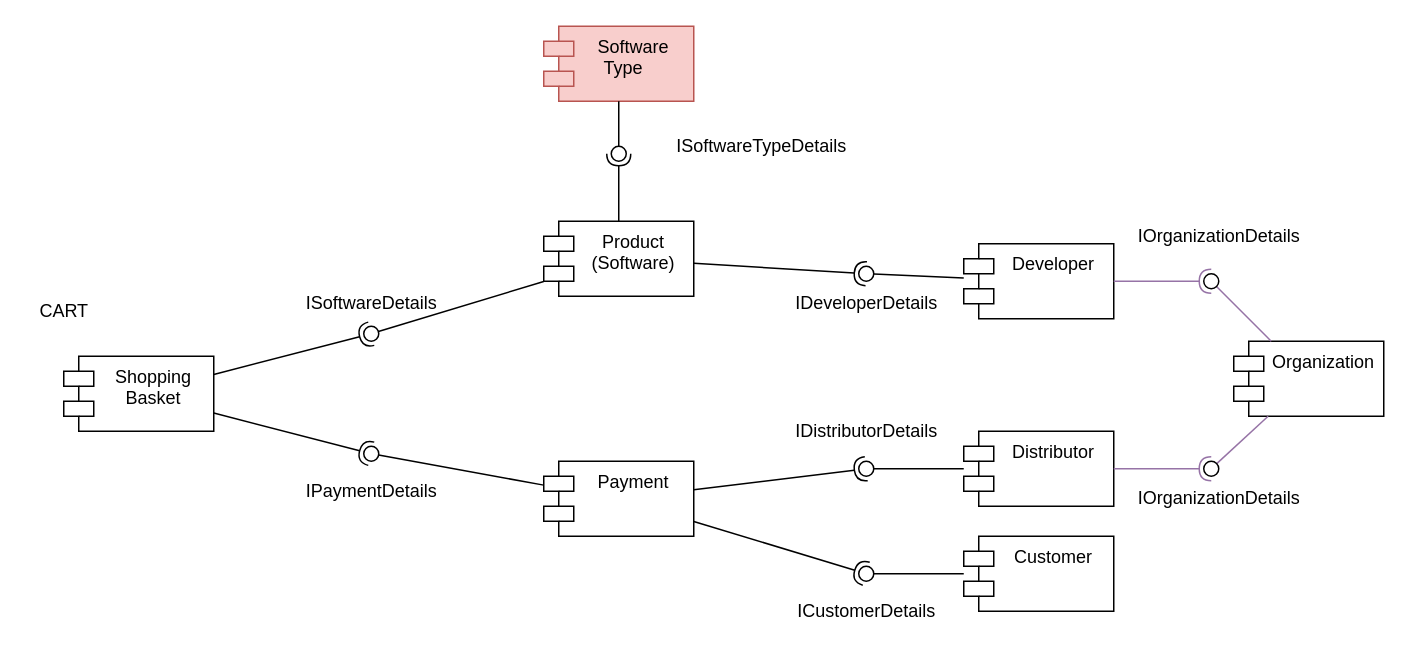
This is ComponentDiagr.drawio from NikitaGusevZ/FirstRepository, a draw.io file, before an edit. Source tidied: cells renumbered, new cells numbered last; positions are measured from the earlier drawing's top-left corner, leaving out a move shared by most shapes. Both pictures are drawn from the tidied source at 150%, with x=0, y=0 at pixel (26, 26).
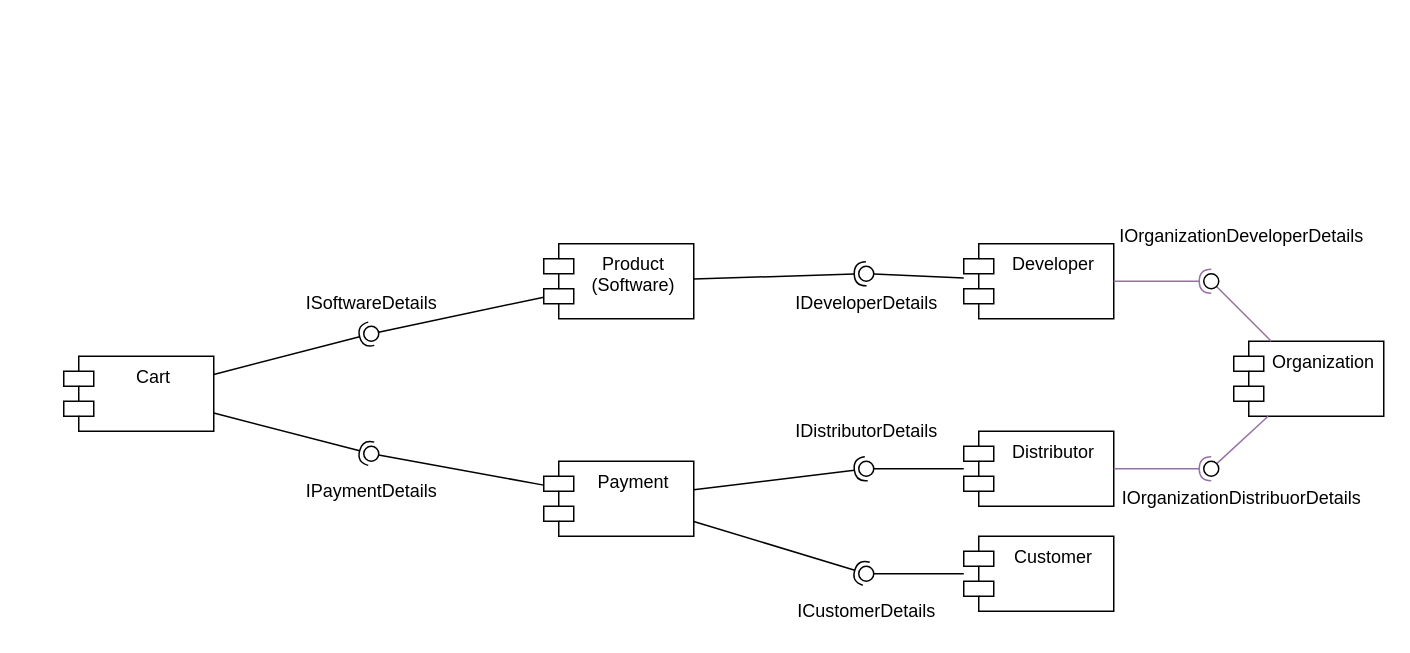
Above is the later version.

The edit, as a diff of the source:
```diff
@@
     <mxCell id="2" value="Product&#10;(Software)" style="shape=module;align=left;spacingLeft=20;align=center;verticalAlign=top;" parent="1" vertex="1">
-      <mxGeometry x="345" y="130" width="100" height="50" as="geometry" />
+      <mxGeometry x="345" y="145" width="100" height="50" as="geometry" />
     </mxCell>
@@
-    <mxCell id="5" value="Shopping &#10;Basket" style="shape=module;align=left;spacingLeft=20;align=center;verticalAlign=top;" parent="1" vertex="1">
+    <mxCell id="5" value="Cart" style="shape=module;align=left;spacingLeft=20;align=center;verticalAlign=top;" parent="1" vertex="1">
       <mxGeometry x="25" y="220" width="100" height="50" as="geometry" />
     </mxCell>
@@
-    <mxCell id="22" value="Software&#10;Type    " style="shape=module;align=left;spacingLeft=20;align=center;verticalAlign=top;fillColor=#f8cecc;strokeColor=#b85450;" parent="1" vertex="1">
-      <mxGeometry x="345" width="100" height="50" as="geometry" />
-    </mxCell>
@@
-    <mxCell id="26" style="rounded=0;jettySize=auto;html=1;endArrow=none;endFill=0;sketch=0;sourcePerimeterSpacing=0;targetPerimeterSpacing=0;" parent="1" edge="1" source="22" target="28">
-      <mxGeometry relative="1" as="geometry" />
-    </mxCell>
-    <mxCell id="27" style="rounded=0;jettySize=auto;html=1;endArrow=halfCircle;endFill=0;entryX=0.5;entryY=0.5;endSize=6;strokeWidth=1;sketch=0;" parent="1" edge="1" source="2" target="28">
-      <mxGeometry relative="1" as="geometry" />
-    </mxCell>
-    <mxCell id="28" style="ellipse;whiteSpace=wrap;html=1;align=center;points=[];outlineConnect=0;sketch=0;" parent="1" vertex="1">
-      <mxGeometry x="390" y="80" width="10" height="10" as="geometry" />
-    </mxCell>
@@
-    <mxCell id="32" value="ISoftwareTypeDetails" style="text;html=1;align=center;verticalAlign=middle;strokeColor=none;fillColor=none;" parent="1" vertex="1">
-      <mxGeometry x="425" y="70" width="130" height="20" as="geometry" />
-    </mxCell>
@@
-    <mxCell id="40" value="IOrganizationDetails" style="text;html=1;align=center;verticalAlign=middle;strokeColor=none;fillColor=none;" parent="1" vertex="1">
-      <mxGeometry x="735" y="130" width="120" height="20" as="geometry" />
+    <mxCell id="40" value="IOrganizationDeveloperDetails" style="text;html=1;align=center;verticalAlign=middle;strokeColor=none;fillColor=none;" parent="1" vertex="1">
+      <mxGeometry x="720" y="130" width="180" height="20" as="geometry" />
     </mxCell>
-    <mxCell id="41" value="IOrganizationDetails" style="text;html=1;align=center;verticalAlign=middle;strokeColor=none;fillColor=none;" parent="1" vertex="1">
-      <mxGeometry x="735" y="305" width="120" height="20" as="geometry" />
+    <mxCell id="41" value="IOrganizationDistribuorDetails" style="text;html=1;align=center;verticalAlign=middle;strokeColor=none;fillColor=none;" parent="1" vertex="1">
+      <mxGeometry x="725" y="305" width="170" height="20" as="geometry" />
     </mxCell>
-    <mxCell id="42" value="CART" style="text;html=1;align=center;verticalAlign=middle;strokeColor=none;fillColor=none;" parent="1" vertex="1">
-      <mxGeometry y="180" width="50" height="20" as="geometry" />
-    </mxCell>
```
